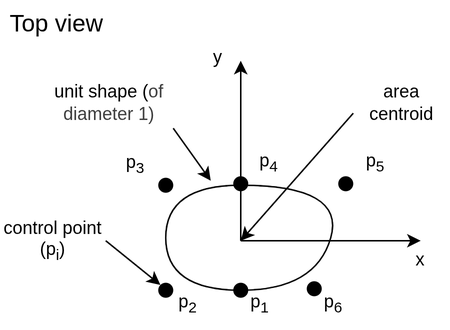
This is images/diagrams/definition.drawio.png from ues-if/specification, a draw.io export, as it was before one commit. Source tidied: cells renumbered, new cells last; positions are measured from the earlier drawing's top-left corner, leaving out a move shared by most shapes.
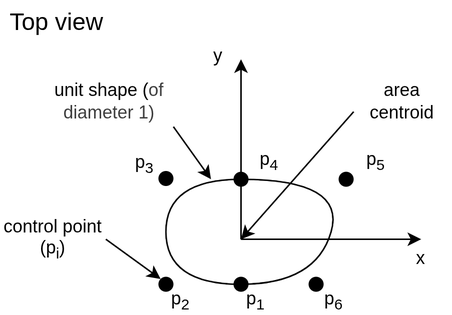
The same diagram one commit later.

The edit, as a diff of the source:
```diff
@@ -2,20 +2,17 @@
   <root>
     <mxCell id="0" />
     <mxCell id="1" parent="0" />
-    <mxCell id="2" style="rounded=0;whiteSpace=wrap;html=1;strokeColor=none;" parent="1" vertex="1">
-      <mxGeometry width="300" height="220" as="geometry" />
-    </mxCell>
     <mxCell id="3" style="ellipse;whiteSpace=wrap;html=1;strokeColor=none;fillColor=#000000;" parent="1" vertex="1">
-      <mxGeometry x="225" y="117" width="10" height="10" as="geometry" />
+      <mxGeometry x="225" y="115" width="10" height="10" as="geometry" />
     </mxCell>
     <mxCell id="4" style="ellipse;whiteSpace=wrap;html=1;strokeColor=none;fillColor=#000000;" parent="1" vertex="1">
-      <mxGeometry x="155" y="188" width="10" height="10" as="geometry" />
+      <mxGeometry x="155" y="185" width="10" height="10" as="geometry" />
     </mxCell>
     <mxCell id="5" style="ellipse;whiteSpace=wrap;html=1;strokeColor=none;fillColor=#000000;" parent="1" vertex="1">
-      <mxGeometry x="204" y="187" width="10" height="10" as="geometry" />
+      <mxGeometry x="205" y="185" width="10" height="10" as="geometry" />
     </mxCell>
     <mxCell id="6" style="ellipse;whiteSpace=wrap;html=1;strokeColor=none;fillColor=#000000;" parent="1" vertex="1">
-      <mxGeometry x="105" y="188" width="10" height="10" as="geometry" />
+      <mxGeometry x="105" y="185" width="10" height="10" as="geometry" />
     </mxCell>
     <mxCell id="7" style="group;" parent="1" vertex="1">
       <mxGeometry x="135" y="30" width="155" height="150" as="geometry" />
@@ -62,41 +59,41 @@
     </mxCell>
     <mxCell id="18" style="curved=1;endArrow=none;html=1;endFill=0;" parent="1" edge="1">
       <mxGeometry relative="1" as="geometry">
-        <mxPoint x="160" y="123" as="sourcePoint" />
-        <mxPoint x="160" y="193" as="targetPoint" />
+        <mxPoint x="160" y="120" as="sourcePoint" />
+        <mxPoint x="160" y="190" as="targetPoint" />
         <Array as="points">
-          <mxPoint x="230" y="123" />
-          <mxPoint x="210" y="193" />
+          <mxPoint x="230" y="120" />
+          <mxPoint x="210" y="190" />
         </Array>
       </mxGeometry>
     </mxCell>
     <mxCell id="19" style="curved=1;endArrow=none;html=1;endFill=0;" parent="1" edge="1">
       <mxGeometry relative="1" as="geometry">
-        <mxPoint x="160" y="123" as="sourcePoint" />
-        <mxPoint x="160" y="193" as="targetPoint" />
+        <mxPoint x="160" y="120" as="sourcePoint" />
+        <mxPoint x="160" y="190" as="targetPoint" />
         <Array as="points">
-          <mxPoint x="110" y="123" />
-          <mxPoint x="110" y="193" />
+          <mxPoint x="110" y="120" />
+          <mxPoint x="110" y="190" />
         </Array>
       </mxGeometry>
     </mxCell>
     <mxCell id="20" style="ellipse;whiteSpace=wrap;html=1;strokeColor=none;fillColor=#000000;" parent="1" vertex="1">
-      <mxGeometry x="155" y="117" width="10" height="10" as="geometry" />
+      <mxGeometry x="155" y="115" width="10" height="10" as="geometry" />
     </mxCell>
     <mxCell id="21" style="ellipse;whiteSpace=wrap;html=1;strokeColor=none;fillColor=#000000;" parent="1" vertex="1">
-      <mxGeometry x="105" y="118" width="10" height="10" as="geometry" />
+      <mxGeometry x="105" y="114.5" width="10" height="10" as="geometry" />
     </mxCell>
     <mxCell id="22" value="area centroid" style="text;html=1;align=center;verticalAlign=middle;whiteSpace=wrap;rounded=0;" parent="1" vertex="1">
       <mxGeometry x="235" y="60" width="65" height="15" as="geometry" />
     </mxCell>
     <mxCell id="23" value="p&lt;sub&gt;1&lt;/sub&gt;" style="text;html=1;align=center;verticalAlign=middle;whiteSpace=wrap;rounded=0;" parent="1" vertex="1">
-      <mxGeometry x="158" y="193" width="29.8" height="17" as="geometry" />
+      <mxGeometry x="155" y="193" width="29.8" height="17" as="geometry" />
     </mxCell>
     <mxCell id="24" value="p&lt;sub&gt;2&lt;/sub&gt;" style="text;html=1;align=center;verticalAlign=middle;whiteSpace=wrap;rounded=0;" parent="1" vertex="1">
-      <mxGeometry x="110" y="193" width="29.8" height="17" as="geometry" />
+      <mxGeometry x="105.2" y="193" width="29.8" height="17" as="geometry" />
     </mxCell>
     <mxCell id="25" value="p&lt;sub&gt;3&lt;/sub&gt;" style="text;html=1;align=center;verticalAlign=middle;whiteSpace=wrap;rounded=0;" parent="1" vertex="1">
-      <mxGeometry x="75" y="101" width="29.8" height="17" as="geometry" />
+      <mxGeometry x="81" y="101" width="29.8" height="17" as="geometry" />
     </mxCell>
     <mxCell id="26" value="p&lt;sub&gt;4&lt;/sub&gt;" style="text;html=1;align=center;verticalAlign=middle;whiteSpace=wrap;rounded=0;" parent="1" vertex="1">
       <mxGeometry x="164" y="99.5" width="29.8" height="17" as="geometry" />
```
